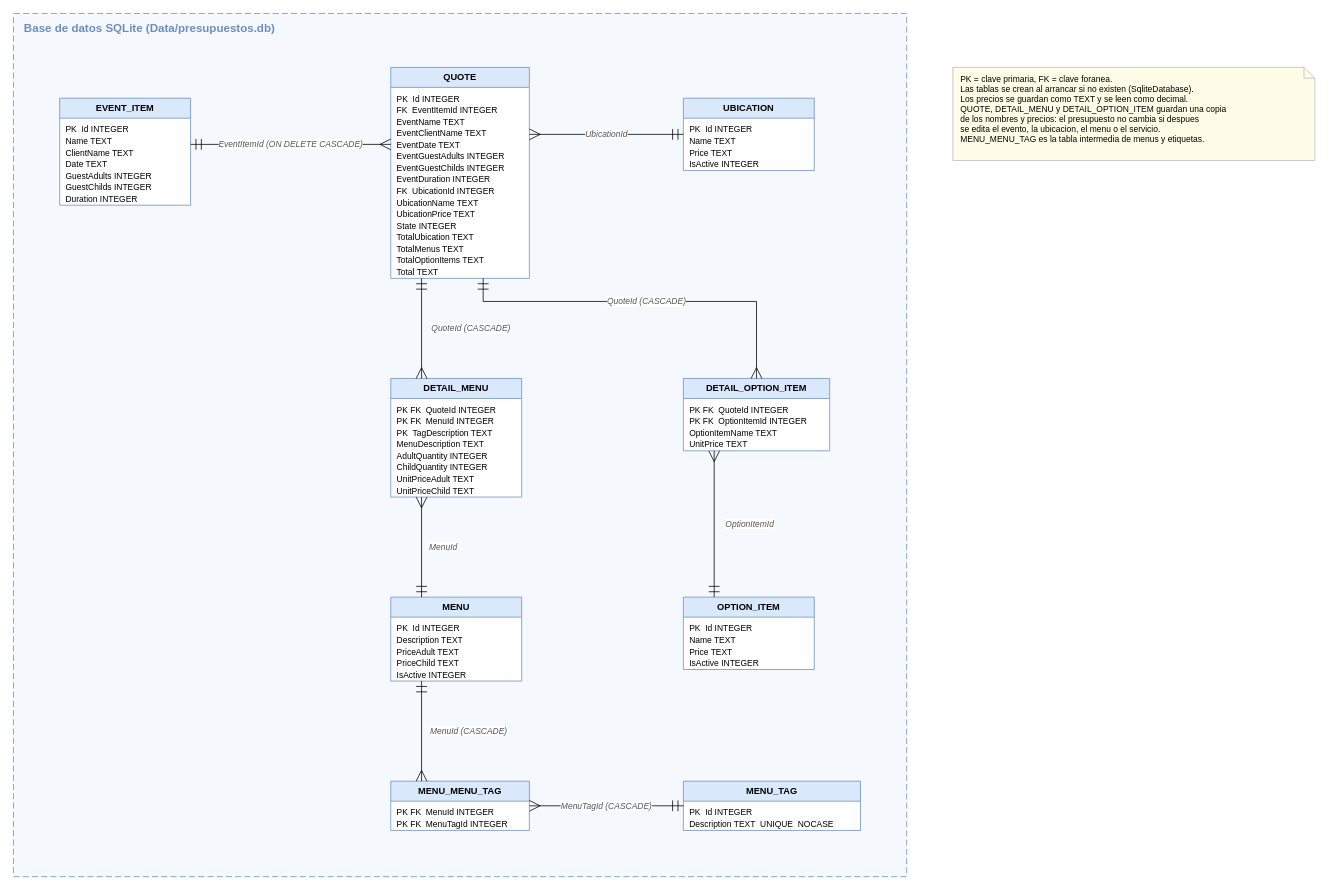
Above: page "Base de datos" (2 of 2) of Docs/UML.drawio in ArdanzaLucas/ProyectoGestionEventos (draw.io), before the change. Source tidied: cells renumbered, new cells numbered last; positions are measured from the earlier drawing's top-left corner, leaving out a move shared by most shapes. Both pictures are drawn from the tidied source at 77%, with x=0, y=0 at pixel (13, 13).
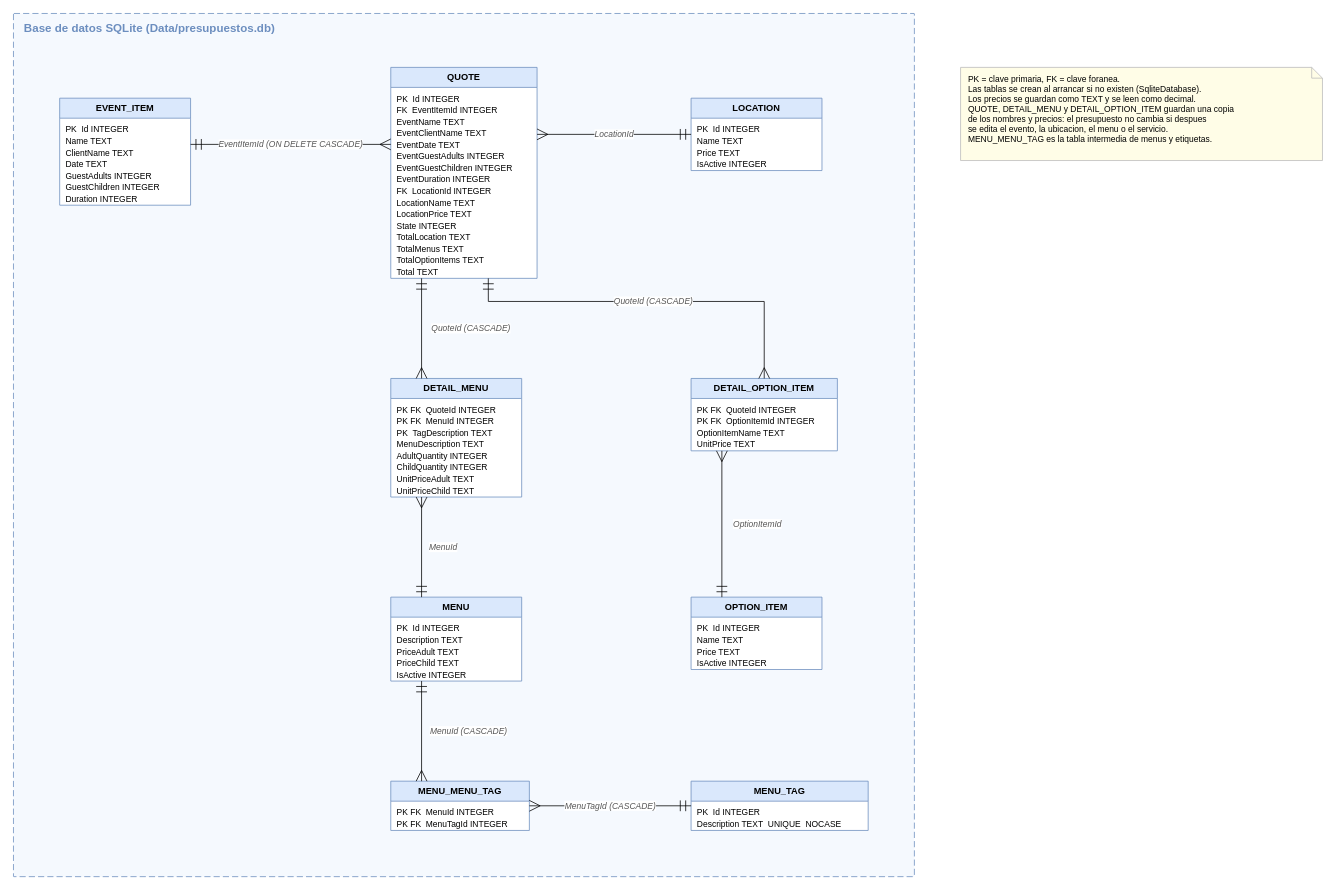
The same diagram, later.

Unchanged cells that the change refers to:
```xml
<mxCell id="4" value="EVENT_ITEM" style="swimlane;fontStyle=1;html=1;whiteSpace=wrap;startSize=26;fillColor=#dae8fc;strokeColor=#6c8ebf;swimlaneFillColor=#ffffff;fontSize=12;" parent="1" vertex="1">
  <mxGeometry x="60" y="110" width="170" height="139" as="geometry" />
</mxCell>
<mxCell id="10" value="DETAIL_MENU" style="swimlane;fontStyle=1;html=1;whiteSpace=wrap;startSize=26;fillColor=#dae8fc;strokeColor=#6c8ebf;swimlaneFillColor=#ffffff;fontSize=12;" parent="1" vertex="1">
  <mxGeometry x="490" y="474" width="170" height="154" as="geometry" />
</mxCell>
```

Change to the diagram source:
```diff
@@
     <mxCell id="2" value="Base de datos SQLite (Data/presupuestos.db)" style="rounded=1;arcSize=1;absoluteArcSize=1;dashed=1;dashPattern=8 4;fillColor=#f5f9fe;strokeColor=#6c8ebf;fontColor=#6c8ebf;fontStyle=1;fontSize=15;align=left;verticalAlign=top;spacingLeft=12;spacingTop=4;html=1;" parent="1" vertex="1">
-      <mxGeometry width="1160" height="1121" as="geometry" />
+      <mxGeometry width="1170" height="1121" as="geometry" />
     </mxCell>
     <mxCell id="3" value="PK = clave primaria, FK = clave foranea.&lt;br&gt;Las tablas se crean al arrancar si no existen (SqliteDatabase).&lt;br&gt;Los precios se guardan como TEXT y se leen como decimal.&lt;br&gt;QUOTE, DETAIL_MENU y DETAIL_OPTION_ITEM guardan una copia&lt;br&gt;de los nombres y precios: el presupuesto no cambia si despues&lt;br&gt;se edita el evento, la ubicacion, el menu o el servicio.&lt;br&gt;MENU_MENU_TAG es la tabla intermedia de menus y etiquetas." style="shape=note;size=14;whiteSpace=wrap;html=1;fillColor=#fffde7;strokeColor=#bbbbbb;align=left;verticalAlign=top;spacingLeft=8;spacingTop=2;fontSize=11;" parent="1" vertex="1">
-      <mxGeometry x="1220" y="70" width="470" height="121" as="geometry" />
+      <mxGeometry x="1230" y="70" width="470" height="121" as="geometry" />
     </mxCell>
@@
-    <mxCell id="5" value="&lt;div style=&quot;line-height:15px&quot;&gt;PK&amp;nbsp;&amp;nbsp;Id INTEGER&lt;br&gt;Name TEXT&lt;br&gt;ClientName TEXT&lt;br&gt;Date TEXT&lt;br&gt;GuestAdults INTEGER&lt;br&gt;GuestChilds INTEGER&lt;br&gt;Duration INTEGER&lt;/div&gt;" style="text;html=1;align=left;verticalAlign=top;spacingLeft=6;spacingTop=1;whiteSpace=nowrap;overflow=visible;fontSize=11;fontFamily=Helvetica;" parent="4" vertex="1">
+    <mxCell id="5" value="&lt;div style=&quot;line-height:15px&quot;&gt;PK&amp;nbsp;&amp;nbsp;Id INTEGER&lt;br&gt;Name TEXT&lt;br&gt;ClientName TEXT&lt;br&gt;Date TEXT&lt;br&gt;GuestAdults INTEGER&lt;br&gt;GuestChildren INTEGER&lt;br&gt;Duration INTEGER&lt;/div&gt;" style="text;html=1;align=left;verticalAlign=top;spacingLeft=6;spacingTop=1;whiteSpace=nowrap;overflow=visible;fontSize=11;fontFamily=Helvetica;" parent="4" vertex="1">
       <mxGeometry y="26" width="170" height="113" as="geometry" />
     </mxCell>
     <mxCell id="6" value="QUOTE" style="swimlane;fontStyle=1;html=1;whiteSpace=wrap;startSize=26;fillColor=#dae8fc;strokeColor=#6c8ebf;swimlaneFillColor=#ffffff;fontSize=12;" parent="1" vertex="1">
-      <mxGeometry x="490" y="70" width="180" height="274" as="geometry" />
+      <mxGeometry x="490" y="70" width="190" height="274" as="geometry" />
     </mxCell>
-    <mxCell id="7" value="&lt;div style=&quot;line-height:15px&quot;&gt;PK&amp;nbsp;&amp;nbsp;Id INTEGER&lt;br&gt;FK&amp;nbsp;&amp;nbsp;EventItemId INTEGER&lt;br&gt;EventName TEXT&lt;br&gt;EventClientName TEXT&lt;br&gt;EventDate TEXT&lt;br&gt;EventGuestAdults INTEGER&lt;br&gt;EventGuestChilds INTEGER&lt;br&gt;EventDuration INTEGER&lt;br&gt;FK&amp;nbsp;&amp;nbsp;UbicationId INTEGER&lt;br&gt;UbicationName TEXT&lt;br&gt;UbicationPrice TEXT&lt;br&gt;State INTEGER&lt;br&gt;TotalUbication TEXT&lt;br&gt;TotalMenus TEXT&lt;br&gt;TotalOptionItems TEXT&lt;br&gt;Total TEXT&lt;/div&gt;" style="text;html=1;align=left;verticalAlign=top;spacingLeft=6;spacingTop=1;whiteSpace=nowrap;overflow=visible;fontSize=11;fontFamily=Helvetica;" parent="6" vertex="1">
-      <mxGeometry y="26" width="180" height="248" as="geometry" />
+    <mxCell id="7" value="&lt;div style=&quot;line-height:15px&quot;&gt;PK&amp;nbsp;&amp;nbsp;Id INTEGER&lt;br&gt;FK&amp;nbsp;&amp;nbsp;EventItemId INTEGER&lt;br&gt;EventName TEXT&lt;br&gt;EventClientName TEXT&lt;br&gt;EventDate TEXT&lt;br&gt;EventGuestAdults INTEGER&lt;br&gt;EventGuestChildren INTEGER&lt;br&gt;EventDuration INTEGER&lt;br&gt;FK&amp;nbsp;&amp;nbsp;LocationId INTEGER&lt;br&gt;LocationName TEXT&lt;br&gt;LocationPrice TEXT&lt;br&gt;State INTEGER&lt;br&gt;TotalLocation TEXT&lt;br&gt;TotalMenus TEXT&lt;br&gt;TotalOptionItems TEXT&lt;br&gt;Total TEXT&lt;/div&gt;" style="text;html=1;align=left;verticalAlign=top;spacingLeft=6;spacingTop=1;whiteSpace=nowrap;overflow=visible;fontSize=11;fontFamily=Helvetica;" parent="6" vertex="1">
+      <mxGeometry y="26" width="190" height="248" as="geometry" />
     </mxCell>
-    <mxCell id="8" value="UBICATION" style="swimlane;fontStyle=1;html=1;whiteSpace=wrap;startSize=26;fillColor=#dae8fc;strokeColor=#6c8ebf;swimlaneFillColor=#ffffff;fontSize=12;" parent="1" vertex="1">
-      <mxGeometry x="870" y="110" width="170" height="94" as="geometry" />
+    <mxCell id="8" value="LOCATION" style="swimlane;fontStyle=1;html=1;whiteSpace=wrap;startSize=26;fillColor=#dae8fc;strokeColor=#6c8ebf;swimlaneFillColor=#ffffff;fontSize=12;" parent="1" vertex="1">
+      <mxGeometry x="880" y="110" width="170" height="94" as="geometry" />
     </mxCell>
@@
     <mxCell id="12" value="DETAIL_OPTION_ITEM" style="swimlane;fontStyle=1;html=1;whiteSpace=wrap;startSize=26;fillColor=#dae8fc;strokeColor=#6c8ebf;swimlaneFillColor=#ffffff;fontSize=12;" parent="1" vertex="1">
-      <mxGeometry x="870" y="474" width="190" height="94" as="geometry" />
+      <mxGeometry x="880" y="474" width="190" height="94" as="geometry" />
     </mxCell>
@@
     <mxCell id="16" value="OPTION_ITEM" style="swimlane;fontStyle=1;html=1;whiteSpace=wrap;startSize=26;fillColor=#dae8fc;strokeColor=#6c8ebf;swimlaneFillColor=#ffffff;fontSize=12;" parent="1" vertex="1">
-      <mxGeometry x="870" y="758" width="170" height="94" as="geometry" />
+      <mxGeometry x="880" y="758" width="170" height="94" as="geometry" />
     </mxCell>
@@
     <mxCell id="20" value="MENU_TAG" style="swimlane;fontStyle=1;html=1;whiteSpace=wrap;startSize=26;fillColor=#dae8fc;strokeColor=#6c8ebf;swimlaneFillColor=#ffffff;fontSize=12;" parent="1" vertex="1">
-      <mxGeometry x="870" y="997" width="230" height="64" as="geometry" />
+      <mxGeometry x="880" y="997" width="230" height="64" as="geometry" />
     </mxCell>
@@
-    <mxCell id="23" value="UbicationId" style="edgeStyle=none;rounded=0;html=1;startArrow=ERmany;startFill=0;endArrow=ERmandOne;endFill=0;startSize=12;endSize=12;exitX=1.0000;exitY=0.3175;exitDx=0;exitDy=0;exitPerimeter=0;entryX=0.0000;entryY=0.5000;entryDx=0;entryDy=0;entryPerimeter=0;labelBackgroundColor=#ffffff;fontStyle=2;fontColor=#555555;fontSize=11;" parent="1" edge="1" source="6" target="8">
+    <mxCell id="23" value="LocationId" style="edgeStyle=none;rounded=0;html=1;startArrow=ERmany;startFill=0;endArrow=ERmandOne;endFill=0;startSize=12;endSize=12;exitX=1.0000;exitY=0.3175;exitDx=0;exitDy=0;exitPerimeter=0;entryX=0.0000;entryY=0.5000;entryDx=0;entryDy=0;entryPerimeter=0;labelBackgroundColor=#ffffff;fontStyle=2;fontColor=#555555;fontSize=11;" parent="1" edge="1" source="6" target="8">
       <mxGeometry relative="1" as="geometry" />
     </mxCell>
-    <mxCell id="24" value="QuoteId  (CASCADE)" style="edgeStyle=none;rounded=0;html=1;startArrow=ERmany;startFill=0;endArrow=ERmandOne;endFill=0;startSize=12;endSize=12;exitX=0.2353;exitY=0.0000;exitDx=0;exitDy=0;exitPerimeter=0;entryX=0.2222;entryY=1.0000;entryDx=0;entryDy=0;entryPerimeter=0;labelBackgroundColor=#ffffff;fontStyle=2;fontColor=#555555;fontSize=11;" parent="1" edge="1" source="10" target="6">
+    <mxCell id="24" value="QuoteId  (CASCADE)" style="edgeStyle=none;rounded=0;html=1;startArrow=ERmany;startFill=0;endArrow=ERmandOne;endFill=0;startSize=12;endSize=12;exitX=0.2353;exitY=0.0000;exitDx=0;exitDy=0;exitPerimeter=0;entryX=0.2105;entryY=1.0000;entryDx=0;entryDy=0;entryPerimeter=0;labelBackgroundColor=#ffffff;fontStyle=2;fontColor=#555555;fontSize=11;" parent="1" edge="1" source="10" target="6">
       <mxGeometry relative="1" as="geometry">
         <mxPoint x="64" as="offset" />
       </mxGeometry>
     </mxCell>
     <mxCell id="25" value="QuoteId  (CASCADE)" style="edgeStyle=none;rounded=0;html=1;startArrow=ERmany;startFill=0;endArrow=ERmandOne;endFill=0;startSize=12;endSize=12;exitX=0.5000;exitY=0.0000;exitDx=0;exitDy=0;exitPerimeter=0;entryX=0.6667;entryY=1.0000;entryDx=0;entryDy=0;entryPerimeter=0;labelBackgroundColor=#ffffff;fontStyle=2;fontColor=#555555;fontSize=11;" parent="1" edge="1" source="12" target="6">
       <mxGeometry relative="1" as="geometry">
         <Array as="points">
-          <mxPoint x="965" y="374" />
-          <mxPoint x="610" y="374" />
+          <mxPoint x="975" y="374" />
+          <mxPoint x="616.7" y="374" />
         </Array>
       </mxGeometry>
     </mxCell>
```
